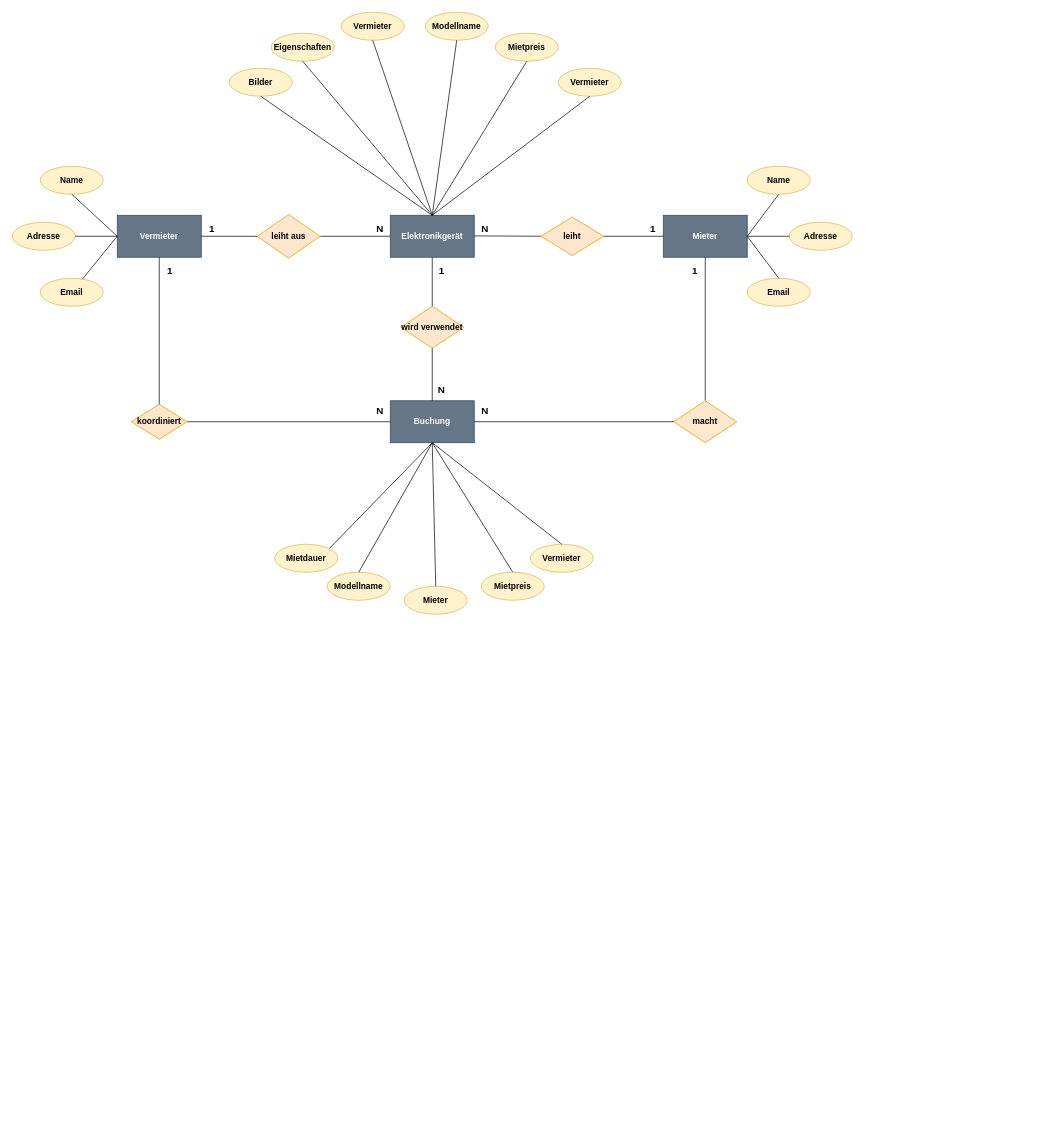
Earlier version of the draw.io diagram Unbenanntes Diagramm.drawio (einstein-gucci/SE2). Source tidied: cells renumbered, new cells numbered last; positions are measured from the earlier drawing's top-left corner, leaving out a move shared by most shapes. Both pictures are drawn from the tidied source at 70%, with x=0, y=0 at pixel (12, 12).
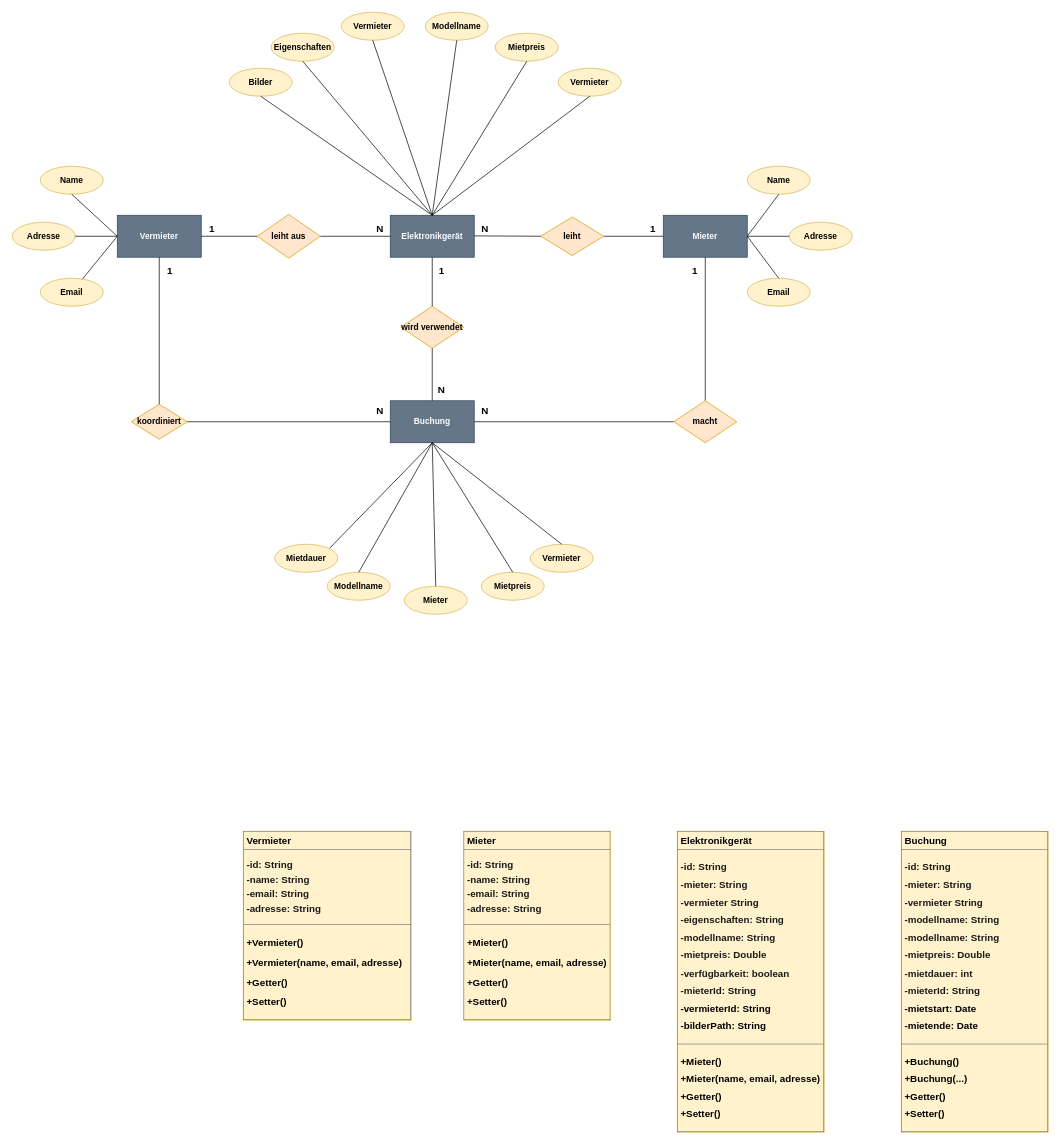
Above is the later version.

Change to the diagram source:
```diff
@@
+    <mxCell id="65" value="&lt;table align=&quot;left&quot; border=&quot;1&quot; width=&quot;100%&quot; height=&quot;100%&quot; cellpadding=&quot;4&quot; style=&quot;width: 100%; height: 100%; border-collapse: collapse; font-size: 14px;&quot;&gt;&lt;tbody&gt;&lt;tr&gt;&lt;th&gt;&lt;font style=&quot;font-size: 14px;&quot;&gt;&lt;strong style=&quot;background-color: transparent;&quot;&gt;Mieter&lt;/strong&gt;&lt;br&gt;&lt;/font&gt;&lt;/th&gt;&lt;/tr&gt;&lt;tr style=&quot;&quot;&gt;&lt;td&gt;&lt;p style=&quot;text-align: justify; line-height: 50%;&quot;&gt;&lt;strong style=&quot;color: rgb(26, 26, 26); background-color: transparent;&quot;&gt;&lt;font style=&quot;font-size: 14px;&quot;&gt;-id: String&lt;/font&gt;&lt;/strong&gt;&lt;/p&gt;&lt;p style=&quot;text-align: justify; line-height: 50%;&quot;&gt;&lt;strong style=&quot;color: rgb(26, 26, 26); background-color: transparent;&quot;&gt;&lt;font style=&quot;font-size: 14px;&quot;&gt;-name: String&lt;/font&gt;&lt;/strong&gt;&lt;/p&gt;&lt;p style=&quot;text-align: justify; line-height: 50%;&quot;&gt;&lt;strong style=&quot;color: rgb(26, 26, 26); background-color: transparent;&quot;&gt;&lt;font style=&quot;font-size: 14px;&quot;&gt;-email: String&lt;/font&gt;&lt;/strong&gt;&lt;/p&gt;&lt;p style=&quot;text-align: justify; line-height: 50%;&quot;&gt;&lt;strong style=&quot;background-color: transparent; color: rgb(26, 26, 26);&quot;&gt;&lt;font style=&quot;font-size: 14px;&quot;&gt;-adresse: String&lt;/font&gt;&lt;/strong&gt;&lt;/p&gt;&lt;/td&gt;&lt;/tr&gt;&lt;tr&gt;&lt;td&gt;&lt;p style=&quot;line-height: 100%;&quot;&gt;&lt;strong style=&quot;background-color: transparent;&quot;&gt;&lt;font style=&quot;font-size: 14px;&quot;&gt;+Mieter()&lt;/font&gt;&lt;/strong&gt;&lt;/p&gt;&lt;p style=&quot;line-height: 100%;&quot;&gt;&lt;strong style=&quot;background-color: transparent;&quot;&gt;&lt;font style=&quot;font-size: 14px;&quot;&gt;+Mieter(name, email, adresse)&lt;/font&gt;&lt;/strong&gt;&lt;/p&gt;&lt;p style=&quot;line-height: 100%;&quot;&gt;&lt;strong style=&quot;background-color: transparent;&quot;&gt;&lt;font style=&quot;font-size: 14px;&quot;&gt;+Getter()&lt;/font&gt;&lt;/strong&gt;&lt;/p&gt;&lt;p style=&quot;line-height: 100%;&quot;&gt;&lt;strong style=&quot;background-color: transparent;&quot;&gt;&lt;font style=&quot;font-size: 14px;&quot;&gt;+Setter()&lt;/font&gt;&lt;/strong&gt;&lt;/p&gt;&lt;/td&gt;&lt;/tr&gt;&lt;/tbody&gt;&lt;/table&gt;" style="text;html=1;whiteSpace=wrap;strokeColor=#d6b656;fillColor=#fff2cc;overflow=fill;align=left;spacing=0;" parent="1" vertex="1">
+      <mxGeometry x="645" y="1170" width="210" height="270" as="geometry" />
+    </mxCell>
+    <mxCell id="66" value="&lt;table align=&quot;left&quot; border=&quot;1&quot; width=&quot;100%&quot; height=&quot;100%&quot; cellpadding=&quot;4&quot; style=&quot;width: 100%; height: 100%; border-collapse: collapse; font-size: 14px;&quot;&gt;&lt;tbody&gt;&lt;tr&gt;&lt;th&gt;&lt;font style=&quot;font-size: 14px;&quot;&gt;&lt;strong&gt;Elektronikgerät&lt;/strong&gt;&lt;br&gt;&lt;/font&gt;&lt;/th&gt;&lt;/tr&gt;&lt;tr style=&quot;&quot;&gt;&lt;td&gt;&lt;p style=&quot;line-height: 80%;&quot;&gt;&lt;strong style=&quot;background-color: transparent; color: rgb(26, 26, 26);&quot;&gt;-id: String&lt;/strong&gt;&lt;/p&gt;&lt;p style=&quot;line-height: 80%;&quot;&gt;&lt;strong style=&quot;background-color: transparent; color: rgb(26, 26, 26);&quot;&gt;-mieter: String&lt;/strong&gt;&lt;/p&gt;&lt;p style=&quot;line-height: 80%;&quot;&gt;&lt;strong style=&quot;background-color: transparent; color: rgb(26, 26, 26);&quot;&gt;-vermieter String&lt;/strong&gt;&lt;/p&gt;&lt;p style=&quot;line-height: 80%;&quot;&gt;&lt;strong style=&quot;background-color: transparent; color: rgb(26, 26, 26);&quot;&gt;-eigenschaften: String&lt;/strong&gt;&lt;/p&gt;&lt;p style=&quot;line-height: 80%;&quot;&gt;&lt;strong style=&quot;background-color: transparent; color: rgb(26, 26, 26);&quot;&gt;-modellname: String&lt;/strong&gt;&lt;/p&gt;&lt;p style=&quot;line-height: 80%;&quot;&gt;&lt;strong style=&quot;background-color: transparent; color: rgb(26, 26, 26);&quot;&gt;-mietpreis: Double&lt;/strong&gt;&lt;/p&gt;&lt;p style=&quot;line-height: 80%;&quot;&gt;&lt;strong style=&quot;background-color: transparent; color: rgb(26, 26, 26);&quot;&gt;-verfügbarkeit: boolean&lt;/strong&gt;&lt;/p&gt;&lt;p style=&quot;line-height: 80%;&quot;&gt;&lt;strong style=&quot;background-color: transparent; color: rgb(26, 26, 26);&quot;&gt;-mieterId: String &lt;/strong&gt;&lt;/p&gt;&lt;p style=&quot;line-height: 80%;&quot;&gt;&lt;strong&gt;-vermieterId: String&lt;/strong&gt;&lt;/p&gt;&lt;p style=&quot;line-height: 80%;&quot;&gt;&lt;strong&gt;-bilderPath: String&lt;/strong&gt;&lt;/p&gt;&lt;/td&gt;&lt;/tr&gt;&lt;tr&gt;&lt;td&gt;&lt;p style=&quot;line-height: 80%;&quot;&gt;&lt;strong style=&quot;background-color: transparent;&quot;&gt;+Mieter()&lt;/strong&gt;&lt;/p&gt;&lt;p style=&quot;line-height: 80%;&quot;&gt;&lt;strong style=&quot;background-color: transparent;&quot;&gt;+Mieter(name, email, adresse)&lt;/strong&gt;&lt;/p&gt;&lt;p style=&quot;line-height: 80%;&quot;&gt;&lt;strong style=&quot;background-color: transparent;&quot;&gt;+Getter()&lt;/strong&gt;&lt;/p&gt;&lt;p style=&quot;line-height: 80%;&quot;&gt;&lt;strong style=&quot;background-color: transparent;&quot;&gt;+Setter()&lt;/strong&gt;&lt;/p&gt;&lt;/td&gt;&lt;/tr&gt;&lt;/tbody&gt;&lt;/table&gt;" style="text;html=1;whiteSpace=wrap;strokeColor=#d6b656;fillColor=#fff2cc;overflow=fill;align=left;spacing=0;" parent="1" vertex="1">
+      <mxGeometry x="950" y="1170" width="210" height="430" as="geometry" />
+    </mxCell>
+    <mxCell id="67" value="&lt;table align=&quot;left&quot; border=&quot;1&quot; width=&quot;100%&quot; height=&quot;100%&quot; cellpadding=&quot;4&quot; style=&quot;width: 100%; height: 100%; border-collapse: collapse; font-size: 14px;&quot;&gt;&lt;tbody&gt;&lt;tr&gt;&lt;th&gt;&lt;font style=&quot;font-size: 14px;&quot;&gt;&lt;strong style=&quot;background-color: transparent;&quot;&gt;Vermieter&lt;/strong&gt;&lt;br&gt;&lt;/font&gt;&lt;/th&gt;&lt;/tr&gt;&lt;tr style=&quot;&quot;&gt;&lt;td&gt;&lt;p style=&quot;text-align: justify; line-height: 50%;&quot;&gt;&lt;strong style=&quot;color: rgb(26, 26, 26); background-color: transparent;&quot;&gt;&lt;font style=&quot;font-size: 14px;&quot;&gt;-id: String&lt;/font&gt;&lt;/strong&gt;&lt;/p&gt;&lt;p style=&quot;text-align: justify; line-height: 50%;&quot;&gt;&lt;strong style=&quot;color: rgb(26, 26, 26); background-color: transparent;&quot;&gt;&lt;font style=&quot;font-size: 14px;&quot;&gt;-name: String&lt;/font&gt;&lt;/strong&gt;&lt;/p&gt;&lt;p style=&quot;text-align: justify; line-height: 50%;&quot;&gt;&lt;strong style=&quot;color: rgb(26, 26, 26); background-color: transparent;&quot;&gt;&lt;font style=&quot;font-size: 14px;&quot;&gt;-email: String&lt;/font&gt;&lt;/strong&gt;&lt;/p&gt;&lt;p style=&quot;text-align: justify; line-height: 50%;&quot;&gt;&lt;strong style=&quot;background-color: transparent; color: rgb(26, 26, 26);&quot;&gt;&lt;font style=&quot;font-size: 14px;&quot;&gt;-adresse: String&lt;/font&gt;&lt;/strong&gt;&lt;/p&gt;&lt;/td&gt;&lt;/tr&gt;&lt;tr&gt;&lt;td&gt;&lt;p style=&quot;line-height: 100%;&quot;&gt;&lt;strong style=&quot;background-color: transparent;&quot;&gt;&lt;font style=&quot;font-size: 14px;&quot;&gt;+Vermieter()&lt;/font&gt;&lt;/strong&gt;&lt;/p&gt;&lt;p style=&quot;line-height: 100%;&quot;&gt;&lt;strong style=&quot;background-color: transparent;&quot;&gt;&lt;font style=&quot;font-size: 14px;&quot;&gt;+Vermieter(name, email, adresse)&lt;/font&gt;&lt;/strong&gt;&lt;/p&gt;&lt;p style=&quot;line-height: 100%;&quot;&gt;&lt;strong style=&quot;background-color: transparent;&quot;&gt;&lt;font style=&quot;font-size: 14px;&quot;&gt;+Getter()&lt;/font&gt;&lt;/strong&gt;&lt;/p&gt;&lt;p style=&quot;line-height: 100%;&quot;&gt;&lt;strong style=&quot;background-color: transparent;&quot;&gt;&lt;font style=&quot;font-size: 14px;&quot;&gt;+Setter()&lt;/font&gt;&lt;/strong&gt;&lt;/p&gt;&lt;/td&gt;&lt;/tr&gt;&lt;/tbody&gt;&lt;/table&gt;" style="text;html=1;whiteSpace=wrap;strokeColor=#d6b656;fillColor=#fff2cc;overflow=fill;align=left;spacing=0;" parent="1" vertex="1">
+      <mxGeometry x="330" y="1170" width="240" height="270" as="geometry" />
+    </mxCell>
+    <mxCell id="68" value="&lt;table align=&quot;left&quot; border=&quot;1&quot; width=&quot;100%&quot; height=&quot;100%&quot; cellpadding=&quot;4&quot; style=&quot;width: 100%; height: 100%; border-collapse: collapse; font-size: 14px;&quot;&gt;&lt;tbody&gt;&lt;tr&gt;&lt;th&gt;&lt;font style=&quot;font-size: 14px;&quot;&gt;&lt;strong&gt;Buchung&lt;/strong&gt;&lt;br&gt;&lt;/font&gt;&lt;/th&gt;&lt;/tr&gt;&lt;tr style=&quot;&quot;&gt;&lt;td&gt;&lt;p style=&quot;line-height: 80%;&quot;&gt;&lt;strong style=&quot;background-color: transparent; color: rgb(26, 26, 26);&quot;&gt;-id: String&lt;/strong&gt;&lt;/p&gt;&lt;p style=&quot;line-height: 80%;&quot;&gt;&lt;strong style=&quot;background-color: transparent; color: rgb(26, 26, 26);&quot;&gt;-mieter: String&lt;/strong&gt;&lt;/p&gt;&lt;p style=&quot;line-height: 80%;&quot;&gt;&lt;strong style=&quot;background-color: transparent; color: rgb(26, 26, 26);&quot;&gt;-vermieter String&lt;/strong&gt;&lt;/p&gt;&lt;p style=&quot;line-height: 80%;&quot;&gt;&lt;strong style=&quot;background-color: transparent; color: rgb(26, 26, 26);&quot;&gt;-modellname: String&lt;/strong&gt;&lt;/p&gt;&lt;p style=&quot;line-height: 80%;&quot;&gt;&lt;strong style=&quot;background-color: transparent; color: rgb(26, 26, 26);&quot;&gt;-modellname: String&lt;/strong&gt;&lt;/p&gt;&lt;p style=&quot;line-height: 80%;&quot;&gt;&lt;strong style=&quot;background-color: transparent; color: rgb(26, 26, 26);&quot;&gt;-mietpreis: Double&lt;/strong&gt;&lt;/p&gt;&lt;p style=&quot;line-height: 80%;&quot;&gt;&lt;strong style=&quot;background-color: transparent; color: rgb(26, 26, 26);&quot;&gt;-mietdauer: int&lt;/strong&gt;&lt;/p&gt;&lt;p style=&quot;line-height: 80%;&quot;&gt;&lt;strong style=&quot;background-color: transparent; color: rgb(26, 26, 26);&quot;&gt;-mieterId: String &lt;/strong&gt;&lt;/p&gt;&lt;p style=&quot;line-height: 80%;&quot;&gt;&lt;strong&gt;-mietstart: Date&lt;/strong&gt;&lt;/p&gt;&lt;p style=&quot;line-height: 80%;&quot;&gt;&lt;strong&gt;-mietende: Date&lt;/strong&gt;&lt;/p&gt;&lt;/td&gt;&lt;/tr&gt;&lt;tr&gt;&lt;td&gt;&lt;p style=&quot;line-height: 80%;&quot;&gt;&lt;strong style=&quot;background-color: transparent;&quot;&gt;+Buchung()&lt;/strong&gt;&lt;/p&gt;&lt;p style=&quot;line-height: 80%;&quot;&gt;&lt;strong style=&quot;background-color: transparent;&quot;&gt;+Buchung(...)&lt;/strong&gt;&lt;/p&gt;&lt;p style=&quot;line-height: 80%;&quot;&gt;&lt;strong style=&quot;background-color: transparent;&quot;&gt;+Getter()&lt;/strong&gt;&lt;/p&gt;&lt;p style=&quot;line-height: 80%;&quot;&gt;&lt;strong style=&quot;background-color: transparent;&quot;&gt;+Setter()&lt;/strong&gt;&lt;/p&gt;&lt;/td&gt;&lt;/tr&gt;&lt;/tbody&gt;&lt;/table&gt;" style="text;html=1;whiteSpace=wrap;strokeColor=#d6b656;fillColor=#fff2cc;overflow=fill;align=left;spacing=0;" parent="1" vertex="1">
+      <mxGeometry x="1270" y="1170" width="210" height="430" as="geometry" />
+    </mxCell>
```
